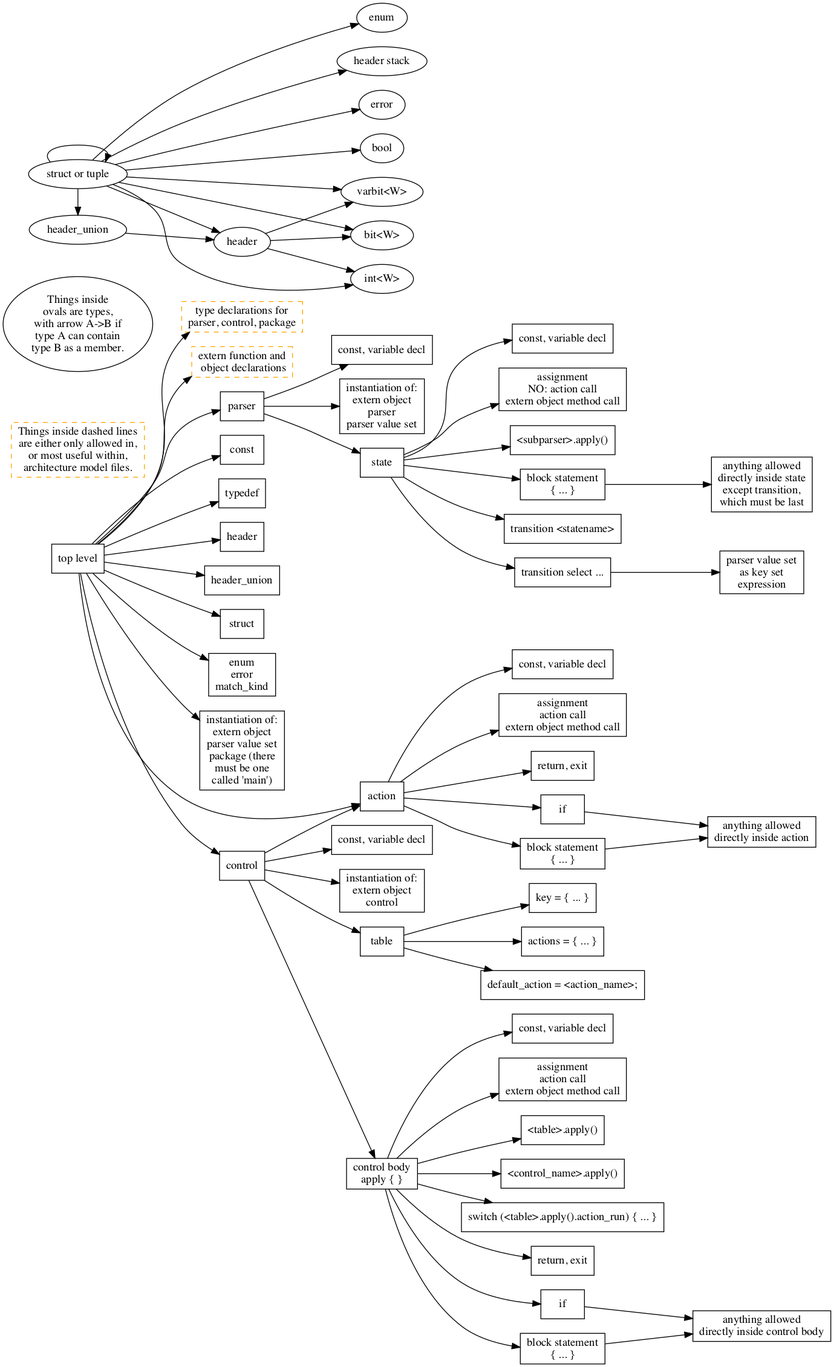
Above: p4-16-allowed-constructs.png in jafingerhut/p4-guide (Graphviz), before the change. Its source is kept beside it as p4-16-allowed-constructs.dot.
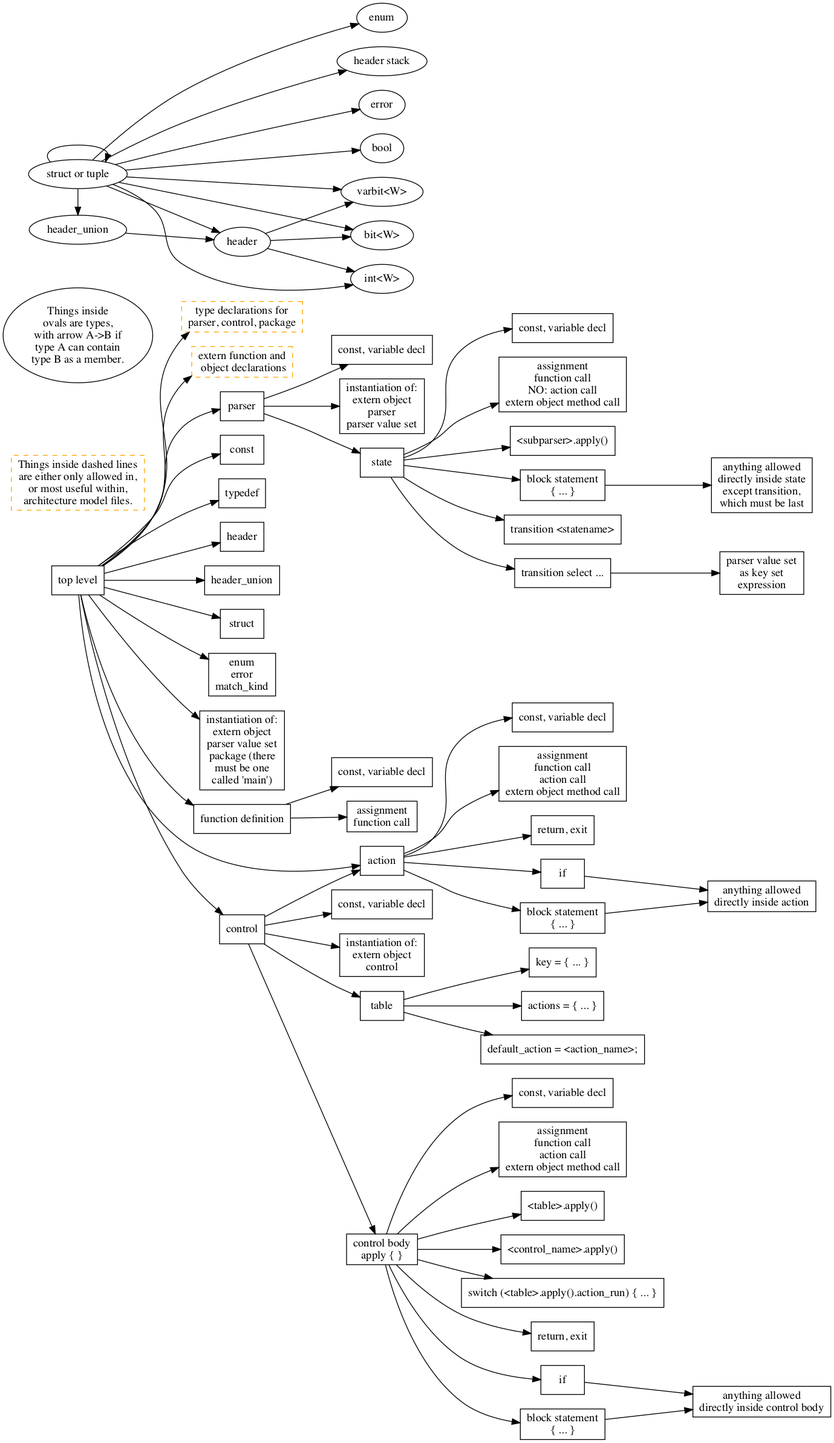
After the change.

Commit message:
Add supported places for function defns and calls in P4_16

The edit, as a diff of the source:
```diff
@@ -26,6 +26,8 @@
     enumErrorMatchKindDeclaration [label="enum\nerror\nmatch_kind"];
     toplevel -> Instantiation;
     Instantiation [label="instantiation of:\nextern object\nparser value set\npackage (there\nmust be one\ncalled 'main')"];
+    toplevel -> functionDefinition;
+    functionDefinition [label="function definition"];
     toplevel -> actionDeclaration;
     actionDeclaration [label="action"];
     toplevel -> controlDeclaration;
@@ -41,7 +43,7 @@
     parserState -> constantOrVariableDeclaration3;
     constantOrVariableDeclaration3 [label="const, variable decl"];
     parserState -> assignmentActionMethodCallStatement3;
-    assignmentActionMethodCallStatement3 [label="assignment\nNO: action call\nextern object method call"];
+    assignmentActionMethodCallStatement3 [label="assignment\nfunction call\nNO: action call\nextern object method call"];
     parserState -> parserApplyCallStatement3;
     parserApplyCallStatement3 [label="<subparser>.apply()"];
     parserState -> blockStatement3;
@@ -72,10 +74,15 @@
     tableDeclaration -> tablePropertyDefaultAction;
     tablePropertyDefaultAction [label="default_action = <action_name>;"];
 
+    functionDefinition -> constantOrVariableDeclaration7;
+    constantOrVariableDeclaration7 [label="const, variable decl"];
+    functionDefinition -> assignmentFunctionCallStatement1;
+    assignmentFunctionCallStatement1 [label="assignment\nfunction call"];
+
     actionDeclaration -> constantOrVariableDeclaration5;
     constantOrVariableDeclaration5 [label="const, variable decl"];
     actionDeclaration -> assignmentActionMethodCallStatement5;
-    assignmentActionMethodCallStatement5 [label="assignment\naction call\nextern object method call"];
+    assignmentActionMethodCallStatement5 [label="assignment\nfunction call\naction call\nextern object method call"];
     actionDeclaration -> returnOrExitStatement5;
     returnOrExitStatement5 [label="return, exit"];
     actionDeclaration -> conditionalStatement5;
@@ -90,7 +97,7 @@
     controlBody -> constantOrVariableDeclaration6;
     constantOrVariableDeclaration6 [label="const, variable decl"];
     controlBody -> assignmentActionMethodCallStatement6;
-    assignmentActionMethodCallStatement6 [label="assignment\naction call\nextern object method call"];
+    assignmentActionMethodCallStatement6 [label="assignment\nfunction call\naction call\nextern object method call"];
     controlBody -> tableApplyCall6;
     tableApplyCall6 [label="<table>.apply()"];
     controlBody -> controlCallStatement6;
```
